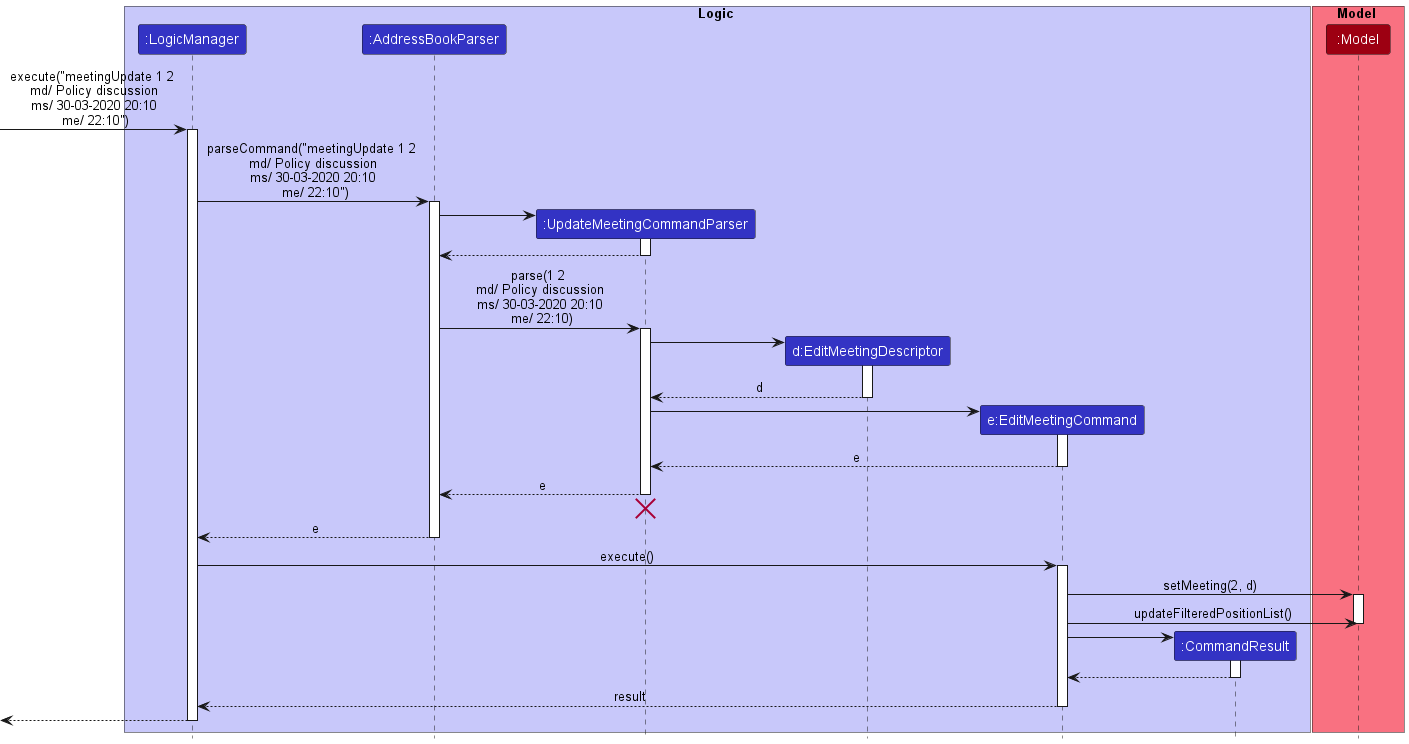
Above: docs/images/UpdateMeetingSequenceDiagram1.png in nus-cs2103-AY2223S2/tp (PlantUML), before the change.
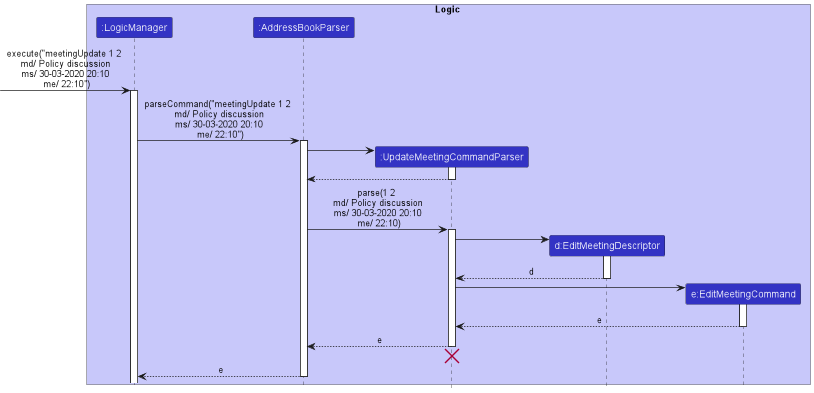
After the change.

Change to the diagram source:
```diff
@@ -7,12 +7,8 @@
 participant ":UpdateMeetingCommandParser" as UpdateMeetingCommandParser LOGIC_COLOR
 participant "d:EditMeetingDescriptor" as EditMeetingDescriptor LOGIC_COLOR
 participant "e:EditMeetingCommand" as EditMeetingCommand LOGIC_COLOR
-participant ":CommandResult" as CommandResult LOGIC_COLOR
 end box
 
-box Model MODEL_COLOR_T1
-participant ":Model" as Model MODEL_COLOR
-end box
 
 [-> LogicManager : execute("meetingUpdate 1 2 \n md/ Policy discussion \n ms/ 30-03-2020 20:10 \n me/ 22:10")
 activate LogicManager
@@ -52,26 +48,4 @@
 AddressBookParser --> LogicManager : e
 deactivate AddressBookParser
 
-LogicManager -> EditMeetingCommand : execute()
-activate EditMeetingCommand
-
-EditMeetingCommand -> Model : setMeeting(2, d)
-activate Model
-
-EditMeetingCommand -> Model : updateFilteredPositionList()
-deactivate Model
-
-create CommandResult
-EditMeetingCommand -> CommandResult
-activate CommandResult
-
-CommandResult --> EditMeetingCommand
-deactivate CommandResult
-
-EditMeetingCommand --> LogicManager : result
-deactivate EditMeetingCommand
-
-[<--LogicManager
-deactivate LogicManager
-
 @enduml
```
